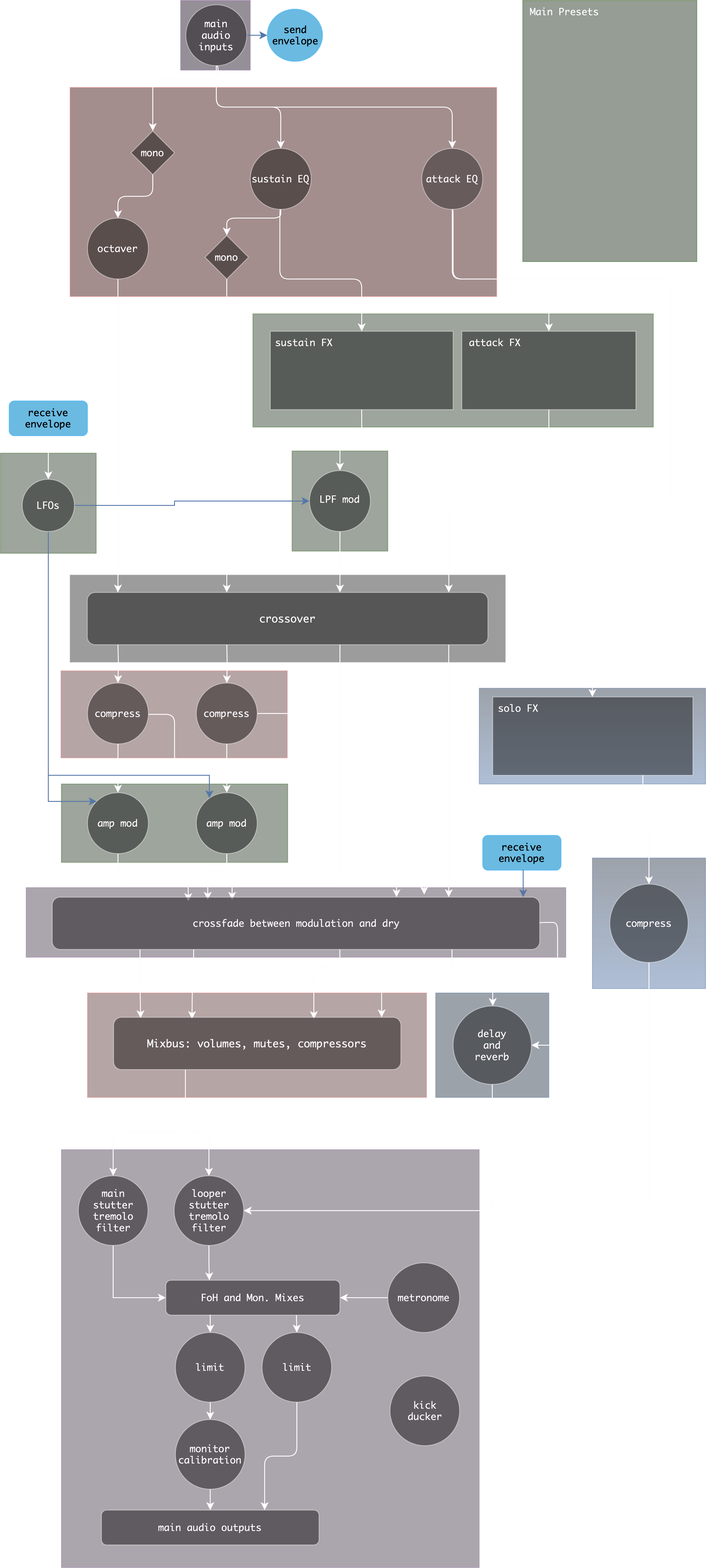
The draw.io diagram SousaFX/media/Sousastep_signalflow.drawio.png in Sousastep/sousastep, before a commit. Source tidied: cells renumbered, new cells last; positions are measured from the earlier drawing's top-left corner, leaving out a move shared by most shapes.
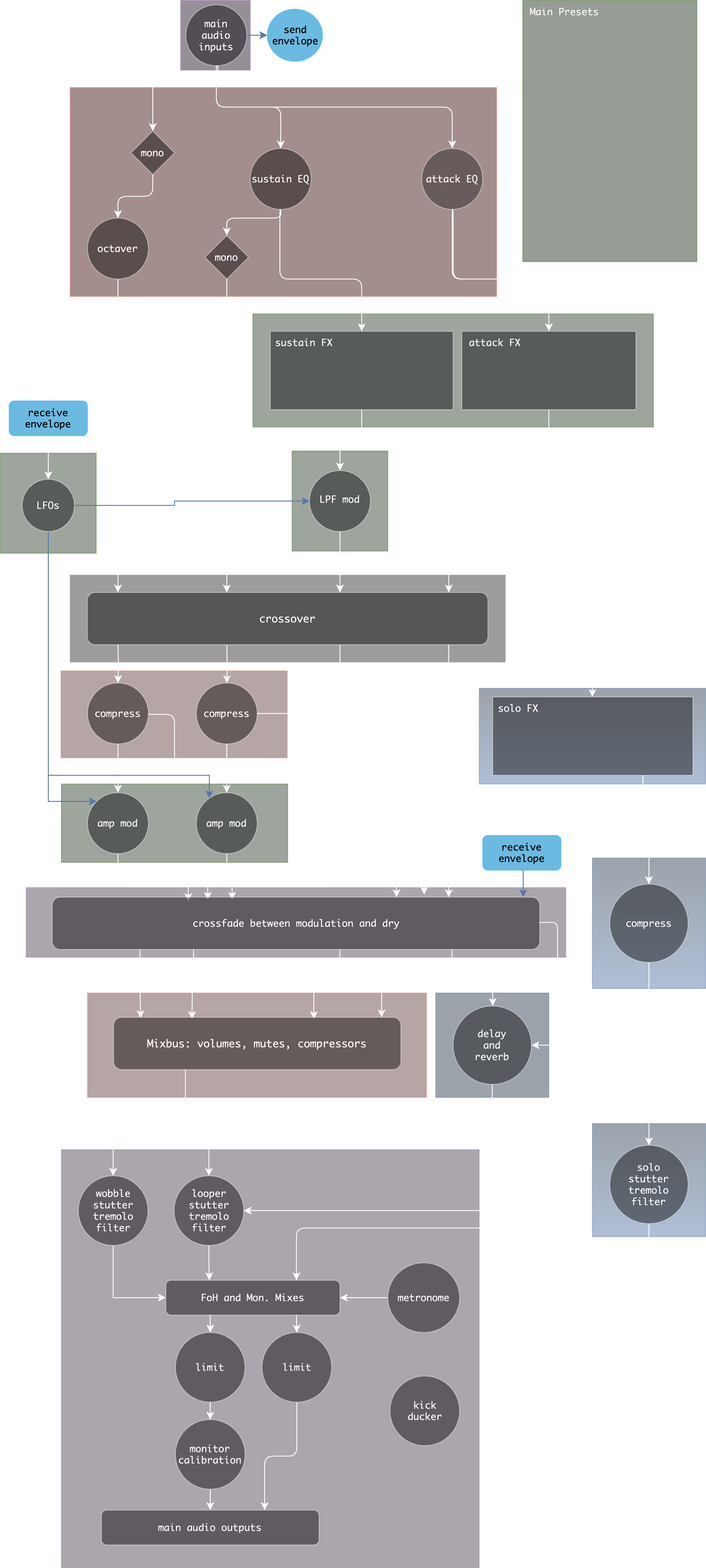
After the commit.

Commit message:
separate Main Input Stutter/Tremolo/Filters into Solo FX S/T/F and Wobble FX S/T/F but control both with the same set of bindings

What changed in the source:
```diff
@@ -2,6 +2,9 @@
   <root>
     <mxCell id="0" />
     <mxCell id="1" parent="0" />
+    <mxCell id="100" style="rounded=0;whiteSpace=wrap;html=1;opacity=40;fillColor=#dae8fc;strokeColor=#6c8ebf;gradientColor=#7ea6e0;" parent="1" vertex="1">
+      <mxGeometry x="680" y="1290" width="130" height="130" as="geometry" />
+    </mxCell>
     <mxCell id="2" style="rounded=0;whiteSpace=wrap;html=1;opacity=40;fillColor=#dae8fc;strokeColor=#6c8ebf;gradientColor=#7ea6e0;" parent="1" vertex="1">
       <mxGeometry x="680" y="985" width="130" height="150" as="geometry" />
     </mxCell>
@@ -373,7 +376,7 @@
     <mxCell id="87" style="edgeStyle=orthogonalEdgeStyle;rounded=0;jettySize=auto;html=1;exitX=0.5;exitY=1;exitDx=0;exitDy=0;entryX=0;entryY=0.5;entryDx=0;entryDy=0;" parent="1" edge="1" source="88" target="99">
       <mxGeometry relative="1" as="geometry" />
     </mxCell>
-    <mxCell id="88" value="main stutter tremolo filter" style="ellipse;whiteSpace=wrap;html=1;opacity=44;fontFamily=Monaco;fontSize=11;" parent="1" vertex="1">
+    <mxCell id="88" value="wobble stutter tremolo filter" style="ellipse;whiteSpace=wrap;html=1;opacity=44;fontFamily=Monaco;fontSize=11;" parent="1" vertex="1">
       <mxGeometry x="89.5" y="1350" width="80" height="80" as="geometry" />
     </mxCell>
     <mxCell id="89" style="edgeStyle=orthogonalEdgeStyle;rounded=1;jettySize=auto;html=1;exitX=0.5;exitY=1;exitDx=0;exitDy=0;entryX=0.5;entryY=0.091;entryDx=0;entryDy=0;entryPerimeter=0;curved=0;" parent="1" edge="1" source="27" target="6">
@@ -389,17 +392,17 @@
     <mxCell id="90" style="edgeStyle=orthogonalEdgeStyle;rounded=1;jettySize=auto;html=1;exitX=0.5;exitY=1;exitDx=0;exitDy=0;entryX=1;entryY=0.5;entryDx=0;entryDy=0;curved=0;" parent="1" edge="1" source="93" target="53">
       <mxGeometry relative="1" as="geometry" />
     </mxCell>
-    <mxCell id="91" style="edgeStyle=orthogonalEdgeStyle;rounded=1;jettySize=auto;html=1;exitX=0.5;exitY=1;exitDx=0;exitDy=0;entryX=1;entryY=0.5;entryDx=0;entryDy=0;curved=0;" parent="1" edge="1" source="93" target="84">
-      <mxGeometry relative="1" as="geometry" />
-    </mxCell>
     <mxCell id="92" style="edgeStyle=orthogonalEdgeStyle;rounded=1;jettySize=auto;html=1;exitX=0.5;exitY=1;exitDx=0;exitDy=0;entryX=0.5;entryY=0;entryDx=0;entryDy=0;curved=0;" parent="1" edge="1" source="93" target="88">
       <mxGeometry relative="1" as="geometry">
         <Array as="points">
-          <mxPoint x="745" y="1290" />
-          <mxPoint x="130" y="1290" />
+          <mxPoint x="745" y="1280" />
+          <mxPoint x="130" y="1280" />
         </Array>
       </mxGeometry>
     </mxCell>
+    <mxCell id="101" style="edgeStyle=orthogonalEdgeStyle;rounded=0;jettySize=auto;html=1;exitX=0.5;exitY=1;exitDx=0;exitDy=0;entryX=0.5;entryY=0;entryDx=0;entryDy=0;" parent="1" edge="1" source="93" target="103">
+      <mxGeometry relative="1" as="geometry" />
+    </mxCell>
     <mxCell id="93" value="compress" style="ellipse;whiteSpace=wrap;html=1;opacity=44;fontFamily=Monaco;fontSize=11;rounded=0;perimeter=rhombusPerimeter;" parent="1" vertex="1">
       <mxGeometry x="700" y="1015" width="90" height="90" as="geometry" />
     </mxCell>
@@ -423,5 +426,18 @@
     <mxCell id="99" value="FoH and Mon. Mixes" style="rounded=1;whiteSpace=wrap;html=1;fontSize=11;glass=0;strokeWidth=1;shadow=0;opacity=44;fontFamily=Monaco;" parent="1" vertex="1">
       <mxGeometry x="190" y="1470" width="200" height="40" as="geometry" />
     </mxCell>
+    <mxCell id="102" style="edgeStyle=orthogonalEdgeStyle;rounded=1;jettySize=auto;html=1;exitX=0.5;exitY=1;exitDx=0;exitDy=0;entryX=0.75;entryY=0;entryDx=0;entryDy=0;curved=0;" parent="1" edge="1" source="103" target="99">
+      <mxGeometry relative="1" as="geometry">
+        <Array as="points">
+          <mxPoint x="745" y="1440" />
+          <mxPoint x="570" y="1440" />
+          <mxPoint x="570" y="1410" />
+          <mxPoint x="340" y="1410" />
+        </Array>
+      </mxGeometry>
+    </mxCell>
+    <mxCell id="103" value="&lt;div&gt;solo&lt;/div&gt;&lt;div&gt;stutter tremolo filter&lt;/div&gt;" style="ellipse;whiteSpace=wrap;html=1;opacity=44;fontFamily=Monaco;fontSize=11;" parent="1" vertex="1">
+      <mxGeometry x="700" y="1315" width="90" height="90" as="geometry" />
+    </mxCell>
   </root>
 </mxGraphModel>
```
